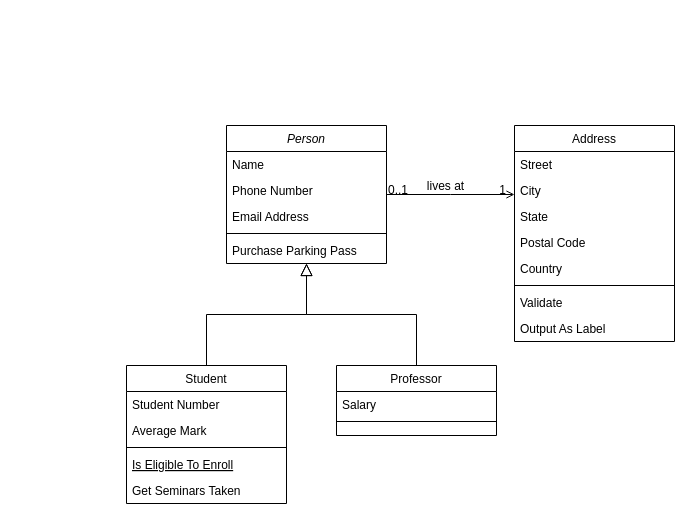
This is Untitled Diagram.drawio from ritmoali/python-RithwanMohamedAli, a draw.io file, before an edit. Source tidied: cells renumbered, new cells numbered last; positions are measured from the earlier drawing's top-left corner, leaving out a move shared by most shapes. Both pictures are drawn from the tidied source at 100%, with x=0, y=0 at pixel (126, 125).
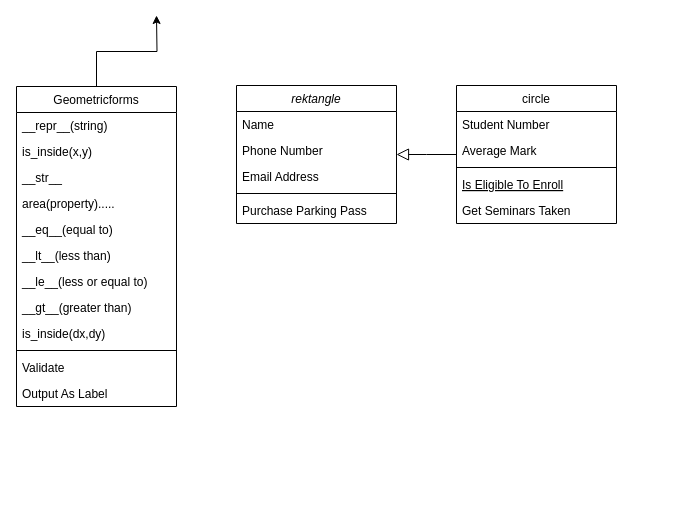
The same page after the edit.

What changed in the source:
```diff
@@
-    <mxCell id="2" value="Person" style="swimlane;fontStyle=2;align=center;verticalAlign=top;horizontal=1;startSize=26;rounded=0;shadow=0;strokeWidth=1;" parent="1" vertex="1">
-      <mxGeometry x="100" width="160" height="138" as="geometry" />
+    <mxCell id="2" value="rektangle" style="swimlane;fontStyle=2;align=center;verticalAlign=top;horizontal=1;startSize=26;rounded=0;shadow=0;strokeWidth=1;" parent="1" vertex="1">
+      <mxGeometry x="110" y="-40" width="160" height="138" as="geometry" />
     </mxCell>
@@
-    <mxCell id="8" value="Student" style="swimlane;fontStyle=0;align=center;verticalAlign=top;horizontal=1;startSize=26;rounded=0;shadow=0;strokeWidth=1;" parent="1" vertex="1">
-      <mxGeometry y="240" width="160" height="138" as="geometry" />
+    <mxCell id="8" value="circle" style="swimlane;fontStyle=0;align=center;verticalAlign=top;horizontal=1;startSize=26;rounded=0;shadow=0;strokeWidth=1;" parent="1" vertex="1">
+      <mxGeometry x="330" y="-40" width="160" height="138" as="geometry" />
     </mxCell>
@@
-    <mxCell id="15" value="Professor" style="swimlane;fontStyle=0;align=center;verticalAlign=top;horizontal=1;startSize=26;rounded=0;shadow=0;strokeWidth=1;" parent="1" vertex="1">
-      <mxGeometry x="210" y="240" width="160" height="70" as="geometry" />
-    </mxCell>
-    <mxCell id="16" value="Salary" style="text;align=left;verticalAlign=top;spacingLeft=4;spacingRight=4;overflow=hidden;" parent="15" vertex="1">
-      <mxGeometry y="26" width="160" height="26" as="geometry" />
-    </mxCell>
-    <mxCell id="17" style="line;html=1;strokeWidth=1;align=left;verticalAlign=middle;spacingTop=-1;spacingLeft=3;spacingRight=3;labelPosition=right;" parent="15" vertex="1">
-      <mxGeometry y="52" width="160" height="8" as="geometry" />
-    </mxCell>
-    <mxCell id="18" style="endArrow=block;endSize=10;endFill=0;shadow=0;strokeWidth=1;rounded=0;edgeStyle=elbowEdgeStyle;elbow=vertical;" parent="1" edge="1" source="15" target="2">
-      <mxGeometry relative="1" as="geometry" />
-    </mxCell>
+    <mxCell id="32" style="edgeStyle=orthogonalEdgeStyle;rounded=0;jettySize=auto;html=1;" parent="1" edge="1" source="19">
+      <mxGeometry relative="1" as="geometry">
+        <mxPoint x="30" y="-110" as="targetPoint" />
+      </mxGeometry>
+    </mxCell>
-    <mxCell id="19" value="Address" style="swimlane;fontStyle=0;align=center;verticalAlign=top;horizontal=1;startSize=26;rounded=0;shadow=0;strokeWidth=1;" parent="1" vertex="1">
-      <mxGeometry x="388" width="160" height="216" as="geometry" />
+    <mxCell id="19" value="Geometricforms" style="swimlane;fontStyle=0;align=center;verticalAlign=top;horizontal=1;startSize=26;rounded=0;shadow=0;strokeWidth=1;" parent="1" vertex="1">
+      <mxGeometry x="-110" y="-39" width="160" height="320" as="geometry" />
     </mxCell>
-    <mxCell id="20" value="Street" style="text;align=left;verticalAlign=top;spacingLeft=4;spacingRight=4;overflow=hidden;" parent="19" vertex="1">
+    <mxCell id="20" value="__repr__(string)" style="text;align=left;verticalAlign=top;spacingLeft=4;spacingRight=4;overflow=hidden;" parent="19" vertex="1">
       <mxGeometry y="26" width="160" height="26" as="geometry" />
     </mxCell>
+    <mxCell id="33" value="is_inside(x,y)" style="text;align=left;verticalAlign=top;spacingLeft=4;spacingRight=4;overflow=hidden;rounded=0;shadow=0;html=0;" parent="19" vertex="1">
+      <mxGeometry y="52" width="160" height="26" as="geometry" />
+    </mxCell>
-    <mxCell id="21" value="City" style="text;align=left;verticalAlign=top;spacingLeft=4;spacingRight=4;overflow=hidden;rounded=0;shadow=0;html=0;" parent="19" vertex="1">
-      <mxGeometry y="52" width="160" height="26" as="geometry" />
+    <mxCell id="21" value="__str__" style="text;align=left;verticalAlign=top;spacingLeft=4;spacingRight=4;overflow=hidden;rounded=0;shadow=0;html=0;" parent="19" vertex="1">
+      <mxGeometry y="78" width="160" height="26" as="geometry" />
     </mxCell>
-    <mxCell id="22" value="State" style="text;align=left;verticalAlign=top;spacingLeft=4;spacingRight=4;overflow=hidden;rounded=0;shadow=0;html=0;" parent="19" vertex="1">
-      <mxGeometry y="78" width="160" height="26" as="geometry" />
+    <mxCell id="22" value="area(property)....." style="text;align=left;verticalAlign=top;spacingLeft=4;spacingRight=4;overflow=hidden;rounded=0;shadow=0;html=0;" parent="19" vertex="1">
+      <mxGeometry y="104" width="160" height="26" as="geometry" />
     </mxCell>
-    <mxCell id="23" value="Postal Code" style="text;align=left;verticalAlign=top;spacingLeft=4;spacingRight=4;overflow=hidden;rounded=0;shadow=0;html=0;" parent="19" vertex="1">
-      <mxGeometry y="104" width="160" height="26" as="geometry" />
+    <mxCell id="23" value="__eq__(equal to)" style="text;align=left;verticalAlign=top;spacingLeft=4;spacingRight=4;overflow=hidden;rounded=0;shadow=0;html=0;" parent="19" vertex="1">
+      <mxGeometry y="130" width="160" height="26" as="geometry" />
     </mxCell>
-    <mxCell id="24" value="Country" style="text;align=left;verticalAlign=top;spacingLeft=4;spacingRight=4;overflow=hidden;rounded=0;shadow=0;html=0;" parent="19" vertex="1">
-      <mxGeometry y="130" width="160" height="26" as="geometry" />
+    <mxCell id="24" value="__lt__(less than)" style="text;align=left;verticalAlign=top;spacingLeft=4;spacingRight=4;overflow=hidden;rounded=0;shadow=0;html=0;" parent="19" vertex="1">
+      <mxGeometry y="156" width="160" height="26" as="geometry" />
     </mxCell>
+    <mxCell id="34" value="__le__(less or equal to)" style="text;align=left;verticalAlign=top;spacingLeft=4;spacingRight=4;overflow=hidden;" parent="19" vertex="1">
+      <mxGeometry y="182" width="160" height="26" as="geometry" />
+    </mxCell>
+    <mxCell id="35" value="__gt__(greater than)" style="text;align=left;verticalAlign=top;spacingLeft=4;spacingRight=4;overflow=hidden;rounded=0;shadow=0;html=0;" parent="19" vertex="1">
+      <mxGeometry y="208" width="160" height="26" as="geometry" />
+    </mxCell>
+    <mxCell id="36" value="is_inside(dx,dy)" style="text;align=left;verticalAlign=top;spacingLeft=4;spacingRight=4;overflow=hidden;rounded=0;shadow=0;html=0;" parent="19" vertex="1">
+      <mxGeometry y="234" width="160" height="26" as="geometry" />
+    </mxCell>
     <mxCell id="25" style="line;html=1;strokeWidth=1;align=left;verticalAlign=middle;spacingTop=-1;spacingLeft=3;spacingRight=3;labelPosition=right;" parent="19" vertex="1">
-      <mxGeometry y="156" width="160" height="8" as="geometry" />
+      <mxGeometry y="260" width="160" height="8" as="geometry" />
     </mxCell>
     <mxCell id="26" value="Validate" style="text;align=left;verticalAlign=top;spacingLeft=4;spacingRight=4;overflow=hidden;" parent="19" vertex="1">
-      <mxGeometry y="164" width="160" height="26" as="geometry" />
+      <mxGeometry y="268" width="160" height="26" as="geometry" />
     </mxCell>
     <mxCell id="27" value="Output As Label" style="text;align=left;verticalAlign=top;spacingLeft=4;spacingRight=4;overflow=hidden;" parent="19" vertex="1">
-      <mxGeometry y="190" width="160" height="26" as="geometry" />
+      <mxGeometry y="294" width="160" height="26" as="geometry" />
     </mxCell>
-    <mxCell id="28" style="endArrow=open;shadow=0;strokeWidth=1;rounded=0;endFill=1;edgeStyle=elbowEdgeStyle;elbow=vertical;" parent="1" edge="1" source="2" target="19">
-      <mxGeometry x="0.5" y="41" relative="1" as="geometry">
-        <mxPoint x="-40" y="32" as="offset" />
-      </mxGeometry>
-    </mxCell>
-    <mxCell id="29" value="0..1" style="align=left;verticalAlign=bottom;labelBackgroundColor=none;fontSize=12;" parent="28" vertex="1">
-      <mxGeometry x="-1" relative="1" as="geometry">
-        <mxPoint y="4" as="offset" />
-      </mxGeometry>
-    </mxCell>
-    <mxCell id="30" value="1" style="align=right;verticalAlign=bottom;labelBackgroundColor=none;fontSize=12;" parent="28" vertex="1">
-      <mxGeometry x="1" relative="1" as="geometry">
-        <mxPoint x="-7" y="4" as="offset" />
-      </mxGeometry>
-    </mxCell>
-    <mxCell id="31" value="lives at" style="text;html=1;align=center;verticalAlign=middle;labelBackgroundColor=none;rounded=0;shadow=0;strokeWidth=1;fontSize=12;" parent="28" vertex="1">
-      <mxGeometry x="0.5" y="49" relative="1" as="geometry">
-        <mxPoint x="-38" y="40" as="offset" />
-      </mxGeometry>
-    </mxCell>
```
